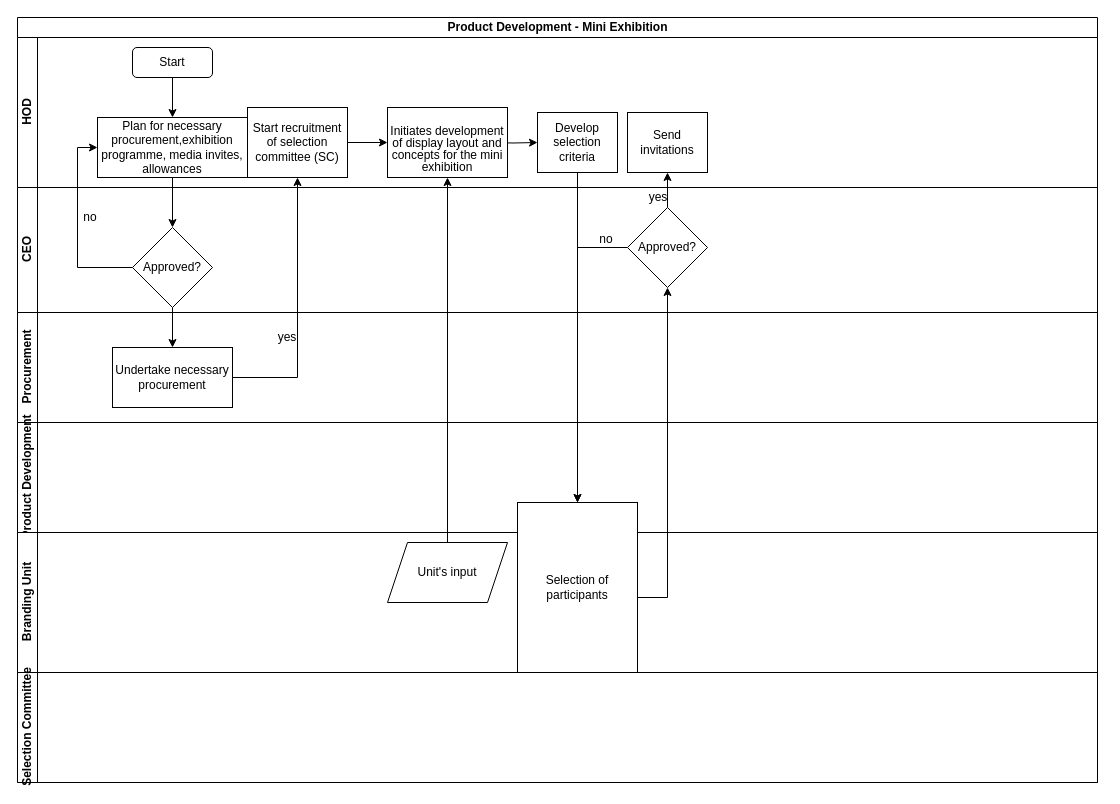
The draw.io diagram PD - Mini Exhibition.drawio in kmagua/flowcharts, before the edit. Source tidied: cells renumbered, new cells numbered last; positions are measured from the earlier drawing's top-left corner, leaving out a move shared by most shapes. Both pictures are drawn from the tidied source at 100%, with x=0, y=0 at pixel (17, 17).
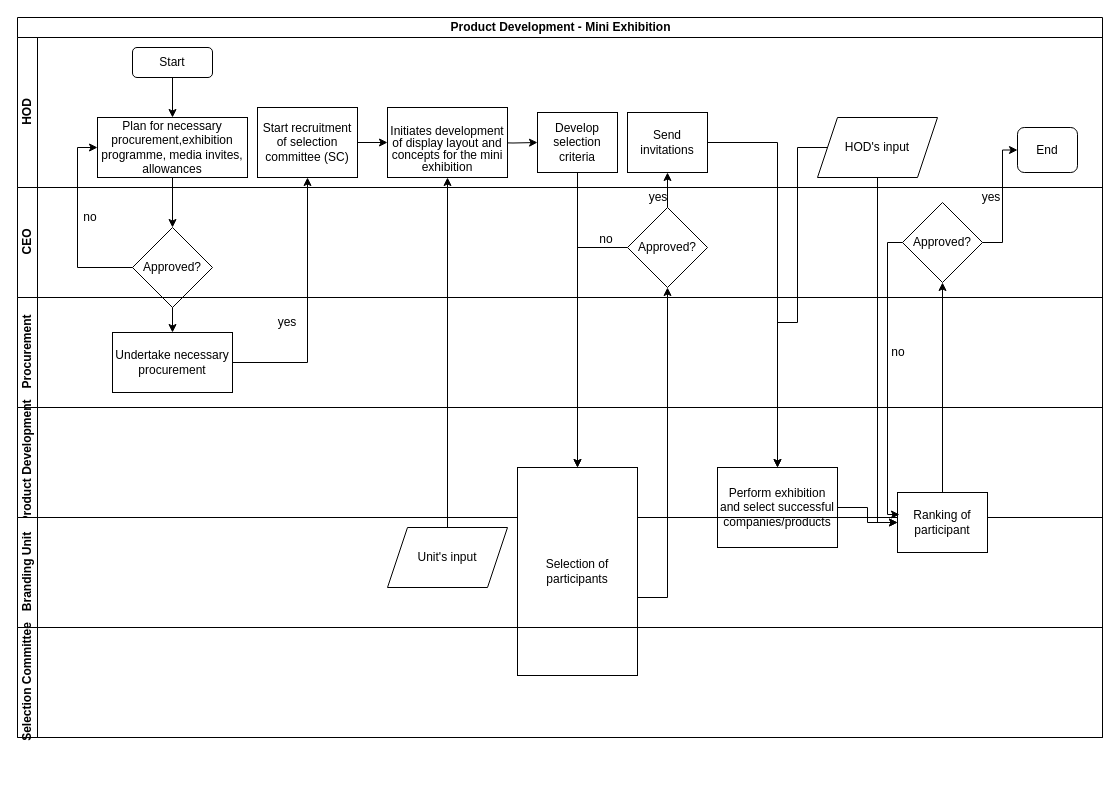
After the change.

Unchanged cells that the change refers to:
```xml
<mxCell id="6" value="Send invitations" style="whiteSpace=wrap;html=1;rounded=0;" parent="3" vertex="1">
  <mxGeometry x="610" y="75" width="80" height="60" as="geometry" />
</mxCell>
```

Change to the diagram source:
```diff
@@
     <mxCell id="2" value="Product Development - Mini Exhibition" style="swimlane;html=1;horizontal=1;startSize=20;" parent="1" vertex="1">
-      <mxGeometry width="1080" height="765" as="geometry" />
+      <mxGeometry width="1085" height="720" as="geometry" />
     </mxCell>
     <mxCell id="3" value="HOD" style="swimlane;html=1;startSize=20;horizontal=0;" parent="2" vertex="1">
-      <mxGeometry y="20" width="1080" height="150" as="geometry" />
+      <mxGeometry y="20" width="1085" height="150" as="geometry" />
     </mxCell>
@@
+    <mxCell id="9" value="&lt;br/&gt;&lt;p style=&quot;margin-bottom: 0in ; line-height: 100%&quot;&gt;&lt;font face=&quot;Arial, serif&quot;&gt;&lt;span lang=&quot;en-US&quot;&gt;Initiates development of display layout and concepts for the mini exhibition&lt;/span&gt;&lt;/font&gt;&lt;/p&gt;&lt;br/&gt;" style="whiteSpace=wrap;html=1;rounded=0;" parent="3" vertex="1">
+      <mxGeometry x="370" y="70" width="120" height="70" as="geometry" />
+    </mxCell>
     <mxCell id="8" value="Start recruitment of selection committee (SC)" style="whiteSpace=wrap;html=1;rounded=0;" parent="3" vertex="1">
-      <mxGeometry x="230" y="70" width="100" height="70" as="geometry" />
+      <mxGeometry x="240" y="70" width="100" height="70" as="geometry" />
     </mxCell>
-    <mxCell id="9" value="&lt;br/&gt;&lt;p style=&quot;margin-bottom: 0in ; line-height: 100%&quot;&gt;&lt;font face=&quot;Arial, serif&quot;&gt;&lt;span lang=&quot;en-US&quot;&gt;Initiates development of display layout and concepts for the mini exhibition&lt;/span&gt;&lt;/font&gt;&lt;/p&gt;&lt;br/&gt;" style="whiteSpace=wrap;html=1;rounded=0;" parent="3" vertex="1">
-      <mxGeometry x="370" y="70" width="120" height="70" as="geometry" />
-    </mxCell>
@@
+    <mxCell id="36" value="HOD's input" style="shape=parallelogram;perimeter=parallelogramPerimeter;whiteSpace=wrap;html=1;fixedSize=1;" parent="3" vertex="1">
+      <mxGeometry x="800" y="80" width="120" height="60" as="geometry" />
+    </mxCell>
+    <mxCell id="37" value="End" style="rounded=1;whiteSpace=wrap;html=1;" parent="3" vertex="1">
+      <mxGeometry x="1000" y="90" width="60" height="45" as="geometry" />
+    </mxCell>
     <mxCell id="13" value="CEO" style="swimlane;html=1;startSize=20;horizontal=0;" parent="2" vertex="1">
-      <mxGeometry y="170" width="1080" height="125" as="geometry" />
+      <mxGeometry y="170" width="1085" height="110" as="geometry" />
     </mxCell>
@@
+    <mxCell id="38" value="Approved?" style="rhombus;whiteSpace=wrap;html=1;rounded=0;" parent="13" vertex="1">
+      <mxGeometry x="885" y="15" width="80" height="80" as="geometry" />
+    </mxCell>
@@
+    <mxCell id="39" value="yes" style="text;html=1;strokeColor=none;fillColor=none;align=center;verticalAlign=middle;whiteSpace=wrap;rounded=0;" parent="13" vertex="1">
+      <mxGeometry x="954" width="40" height="20" as="geometry" />
+    </mxCell>
     <mxCell id="19" value="Procurement" style="swimlane;html=1;startSize=20;horizontal=0;" parent="2" vertex="1">
-      <mxGeometry y="295" width="1080" height="110" as="geometry" />
+      <mxGeometry y="280" width="1085" height="110" as="geometry" />
     </mxCell>
@@
+    <mxCell id="40" value="no" style="text;html=1;strokeColor=none;fillColor=none;align=center;verticalAlign=middle;whiteSpace=wrap;rounded=0;" parent="19" vertex="1">
+      <mxGeometry x="861" y="45" width="40" height="20" as="geometry" />
+    </mxCell>
@@
     <mxCell id="25" value="Product Development" style="swimlane;html=1;startSize=20;horizontal=0;" parent="2" vertex="1">
-      <mxGeometry y="405" width="1080" height="110" as="geometry" />
+      <mxGeometry y="390" width="1085" height="110" as="geometry" />
     </mxCell>
+    <mxCell id="41" value="Perform exhibition and select successful companies/products" style="whiteSpace=wrap;html=1;rounded=0;" parent="25" vertex="1">
+      <mxGeometry x="700" y="60" width="120" height="80" as="geometry" />
+    </mxCell>
     <mxCell id="26" value="Branding Unit" style="swimlane;html=1;startSize=20;horizontal=0;" parent="2" vertex="1">
-      <mxGeometry y="515" width="1080" height="140" as="geometry" />
+      <mxGeometry y="500" width="1085" height="110" as="geometry" />
     </mxCell>
+    <mxCell id="28" value="Unit's input" style="shape=parallelogram;perimeter=parallelogramPerimeter;whiteSpace=wrap;html=1;fixedSize=1;" parent="26" vertex="1">
+      <mxGeometry x="370" y="10" width="120" height="60" as="geometry" />
+    </mxCell>
     <mxCell id="27" value="Selection of participants" style="whiteSpace=wrap;html=1;rounded=0;" parent="26" vertex="1">
-      <mxGeometry x="500" y="-30" width="120" height="170" as="geometry" />
+      <mxGeometry x="500" y="-50" width="120" height="208" as="geometry" />
     </mxCell>
-    <mxCell id="28" value="Unit's input" style="shape=parallelogram;perimeter=parallelogramPerimeter;whiteSpace=wrap;html=1;fixedSize=1;" parent="26" vertex="1">
-      <mxGeometry x="370" y="10" width="120" height="60" as="geometry" />
-    </mxCell>
@@
     <mxCell id="31" value="Selection Committee" style="swimlane;html=1;startSize=20;horizontal=0;" parent="2" vertex="1">
-      <mxGeometry y="655" width="1080" height="110" as="geometry" />
+      <mxGeometry y="610" width="1085" height="110" as="geometry" />
     </mxCell>
@@
+    <mxCell id="42" style="edgeStyle=orthogonalEdgeStyle;rounded=0;jettySize=auto;html=1;" parent="2" edge="1" source="6" target="41">
+      <mxGeometry relative="1" as="geometry" />
+    </mxCell>
+    <mxCell id="43" style="edgeStyle=orthogonalEdgeStyle;rounded=0;jettySize=auto;html=1;entryX=0;entryY=0.5;entryDx=0;entryDy=0;" parent="2" edge="1" source="38" target="37">
+      <mxGeometry relative="1" as="geometry">
+        <Array as="points">
+          <mxPoint x="985" y="225" />
+          <mxPoint x="985" y="133" />
+        </Array>
+      </mxGeometry>
+    </mxCell>
+    <mxCell id="44" style="edgeStyle=orthogonalEdgeStyle;rounded=0;jettySize=auto;html=1;entryX=0.5;entryY=0;entryDx=0;entryDy=0;" parent="2" edge="1" source="36" target="41">
+      <mxGeometry relative="1" as="geometry">
+        <Array as="points">
+          <mxPoint x="780" y="130" />
+          <mxPoint x="780" y="305" />
+          <mxPoint x="760" y="305" />
+        </Array>
+      </mxGeometry>
+    </mxCell>
+    <mxCell id="45" style="edgeStyle=orthogonalEdgeStyle;rounded=0;jettySize=auto;html=1;" parent="1" edge="1" source="46" target="38">
+      <mxGeometry relative="1" as="geometry" />
+    </mxCell>
+    <mxCell id="46" value="Ranking of participant" style="whiteSpace=wrap;html=1;rounded=0;" parent="1" vertex="1">
+      <mxGeometry x="880" y="475" width="90" height="60" as="geometry" />
+    </mxCell>
+    <mxCell id="47" style="edgeStyle=orthogonalEdgeStyle;rounded=0;jettySize=auto;html=1;" parent="1" edge="1" source="41" target="46">
+      <mxGeometry relative="1" as="geometry" />
+    </mxCell>
+    <mxCell id="48" style="edgeStyle=orthogonalEdgeStyle;rounded=0;jettySize=auto;html=1;entryX=0;entryY=0.5;entryDx=0;entryDy=0;" parent="1" edge="1" source="36" target="46">
+      <mxGeometry relative="1" as="geometry" />
+    </mxCell>
+    <mxCell id="49" style="edgeStyle=orthogonalEdgeStyle;rounded=0;jettySize=auto;html=1;entryX=0.022;entryY=0.367;entryDx=0;entryDy=0;entryPerimeter=0;" parent="1" edge="1" source="38" target="46">
+      <mxGeometry relative="1" as="geometry">
+        <Array as="points">
+          <mxPoint x="870" y="225" />
+          <mxPoint x="870" y="497" />
+        </Array>
+      </mxGeometry>
+    </mxCell>
```
